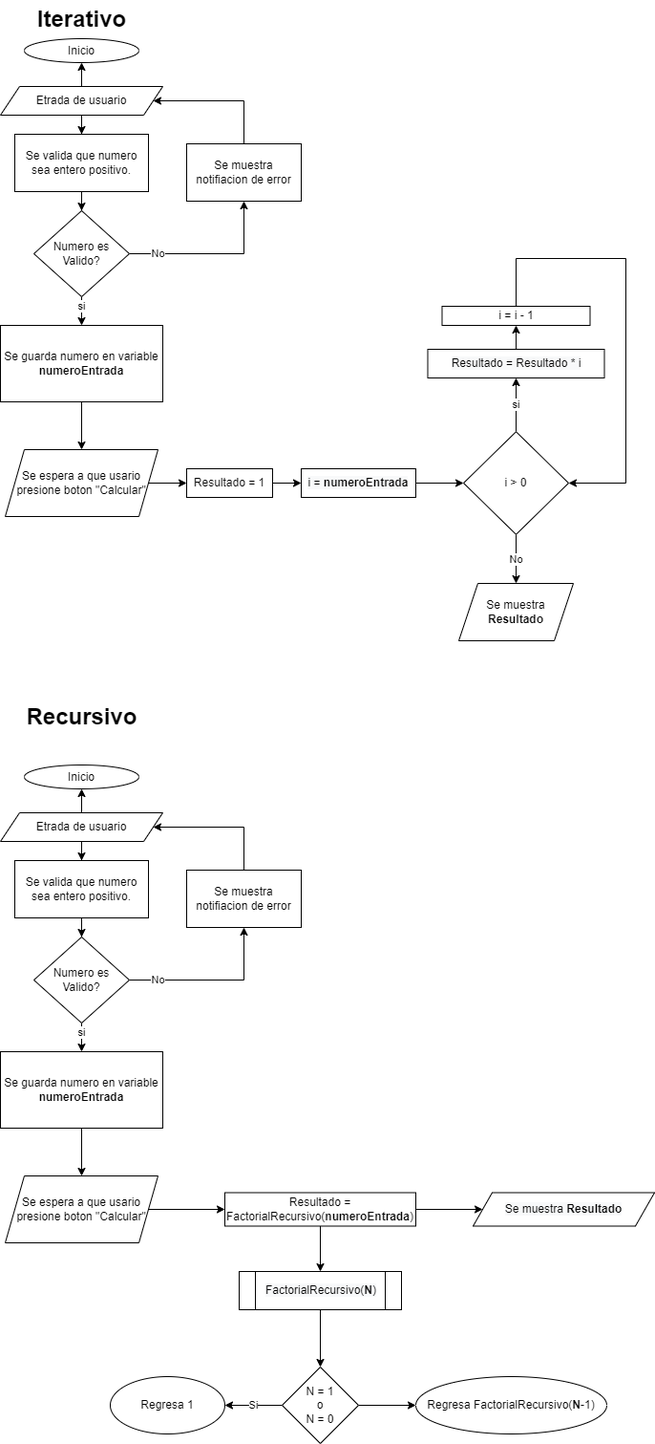
Earlier version of the draw.io export src/pages/unidad3/assets/DiagramasFlujoFactorial.drawio.png (maxponmar/MSC_S1_MatematicasDiscretas). Source tidied: cells renumbered, new cells last; positions are measured from the earlier drawing's top-left corner, leaving out a move shared by most shapes.
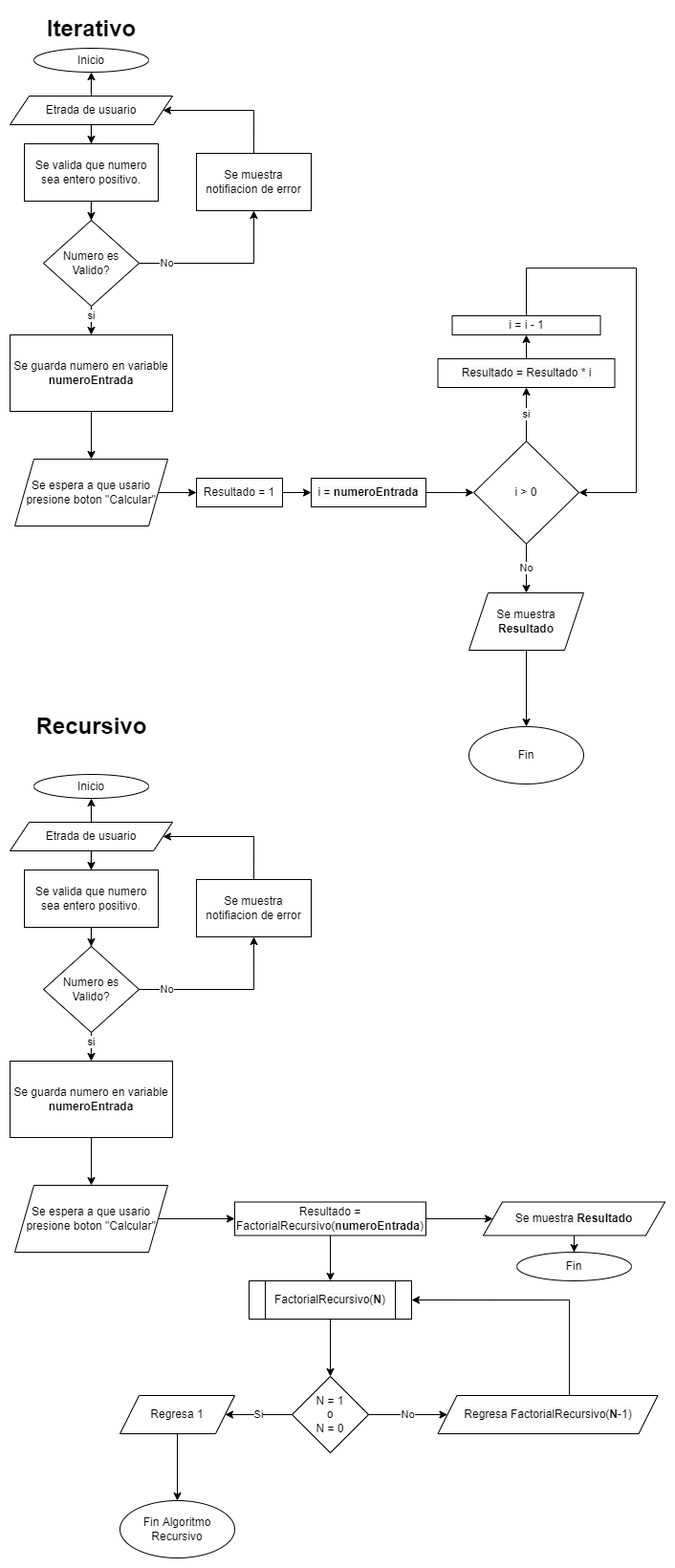
Above is the later version.

Commit message:
Se actualizo diagrama de flujo.

What changed in the source:
```diff
@@ -97,6 +97,9 @@
     <mxCell id="28" value="i = i - 1" style="whiteSpace=wrap;html=1;" parent="1" vertex="1">
       <mxGeometry x="462.5" y="320" width="155" height="20" as="geometry" />
     </mxCell>
+    <mxCell id="57" style="edgeStyle=orthogonalEdgeStyle;rounded=0;jettySize=auto;html=1;" parent="1" edge="1" source="29" target="60">
+      <mxGeometry relative="1" as="geometry" />
+    </mxCell>
     <mxCell id="29" value="Se muestra &lt;b&gt;Resultado&lt;/b&gt;" style="shape=parallelogram;perimeter=parallelogramPerimeter;whiteSpace=wrap;html=1;fixedSize=1;" parent="1" vertex="1">
       <mxGeometry x="480" y="610" width="120" height="60" as="geometry" />
     </mxCell>
@@ -154,6 +157,9 @@
     <mxCell id="45" value="Se espera a que usario presione boton &quot;Calcular&quot;" style="shape=parallelogram;perimeter=parallelogramPerimeter;whiteSpace=wrap;html=1;fixedSize=1;" parent="1" vertex="1">
       <mxGeometry x="5" y="1230" width="160" height="70" as="geometry" />
     </mxCell>
+    <mxCell id="58" style="edgeStyle=orthogonalEdgeStyle;rounded=0;jettySize=auto;html=1;" parent="1" edge="1" source="46" target="59">
+      <mxGeometry relative="1" as="geometry" />
+    </mxCell>
     <mxCell id="46" value="&lt;span style=&quot;color: rgb(0, 0, 0); font-family: Helvetica; font-size: 12px; font-style: normal; font-variant-ligatures: normal; font-variant-caps: normal; font-weight: 400; letter-spacing: normal; orphans: 2; text-align: center; text-indent: 0px; text-transform: none; widows: 2; word-spacing: 0px; -webkit-text-stroke-width: 0px; background-color: rgb(248, 249, 250); text-decoration-thickness: initial; text-decoration-style: initial; text-decoration-color: initial; float: none; display: inline !important;&quot;&gt;Se muestra&lt;span&gt;&amp;nbsp;&lt;/span&gt;&lt;/span&gt;&lt;b style=&quot;color: rgb(0, 0, 0); font-family: Helvetica; font-size: 12px; font-style: normal; font-variant-ligatures: normal; font-variant-caps: normal; letter-spacing: normal; orphans: 2; text-align: center; text-indent: 0px; text-transform: none; widows: 2; word-spacing: 0px; -webkit-text-stroke-width: 0px; background-color: rgb(248, 249, 250); text-decoration-thickness: initial; text-decoration-style: initial; text-decoration-color: initial;&quot;&gt;Resultado&lt;/b&gt;" style="shape=parallelogram;perimeter=parallelogramPerimeter;whiteSpace=wrap;html=1;fixedSize=1;" parent="1" vertex="1">
       <mxGeometry x="495" y="1247.5" width="190" height="35" as="geometry" />
     </mxCell>
@@ -172,20 +178,39 @@
     <mxCell id="51" value="&lt;span style=&quot;color: rgb(0, 0, 0); font-family: Helvetica; font-size: 12px; font-style: normal; font-variant-ligatures: normal; font-variant-caps: normal; font-weight: 400; letter-spacing: normal; orphans: 2; text-align: center; text-indent: 0px; text-transform: none; widows: 2; word-spacing: 0px; -webkit-text-stroke-width: 0px; background-color: rgb(248, 249, 250); text-decoration-thickness: initial; text-decoration-style: initial; text-decoration-color: initial; float: none; display: inline !important;&quot;&gt;FactorialRecursivo(&lt;/span&gt;&lt;b style=&quot;color: rgb(0, 0, 0); font-family: Helvetica; font-size: 12px; font-style: normal; font-variant-ligatures: normal; font-variant-caps: normal; letter-spacing: normal; orphans: 2; text-align: center; text-indent: 0px; text-transform: none; widows: 2; word-spacing: 0px; -webkit-text-stroke-width: 0px; background-color: rgb(248, 249, 250); text-decoration-thickness: initial; text-decoration-style: initial; text-decoration-color: initial;&quot;&gt;N&lt;/b&gt;&lt;span style=&quot;color: rgb(0, 0, 0); font-family: Helvetica; font-size: 12px; font-style: normal; font-variant-ligatures: normal; font-variant-caps: normal; font-weight: 400; letter-spacing: normal; orphans: 2; text-align: center; text-indent: 0px; text-transform: none; widows: 2; word-spacing: 0px; -webkit-text-stroke-width: 0px; background-color: rgb(248, 249, 250); text-decoration-thickness: initial; text-decoration-style: initial; text-decoration-color: initial; float: none; display: inline !important;&quot;&gt;)&lt;/span&gt;" style="shape=process;whiteSpace=wrap;html=1;backgroundOutline=1;rounded=0;" parent="1" vertex="1">
       <mxGeometry x="250" y="1330" width="170" height="40" as="geometry" />
     </mxCell>
-    <mxCell id="52" value="Si" style="edgeStyle=orthogonalEdgeStyle;rounded=0;jettySize=auto;html=1;" parent="1" edge="1" source="54" target="55">
+    <mxCell id="52" value="Si" style="edgeStyle=orthogonalEdgeStyle;rounded=0;jettySize=auto;html=1;entryX=1;entryY=0.5;entryDx=0;entryDy=0;" parent="1" edge="1" source="54" target="55">
       <mxGeometry relative="1" as="geometry" />
     </mxCell>
-    <mxCell id="53" style="edgeStyle=orthogonalEdgeStyle;rounded=0;jettySize=auto;html=1;" parent="1" edge="1" source="54" target="56">
+    <mxCell id="53" value="No" style="edgeStyle=orthogonalEdgeStyle;rounded=0;jettySize=auto;html=1;entryX=0;entryY=0.5;entryDx=0;entryDy=0;" parent="1" edge="1" source="54" target="56">
       <mxGeometry relative="1" as="geometry" />
     </mxCell>
     <mxCell id="54" value="N = 1&lt;br&gt;o&lt;br&gt;N = 0" style="rhombus;whiteSpace=wrap;html=1;rounded=0;" parent="1" vertex="1">
       <mxGeometry x="295" y="1430" width="80" height="80" as="geometry" />
     </mxCell>
+    <mxCell id="59" value="Fin" style="ellipse;whiteSpace=wrap;html=1;" parent="1" vertex="1">
+      <mxGeometry x="530" y="1300" width="120" height="30" as="geometry" />
+    </mxCell>
+    <mxCell id="60" value="Fin" style="ellipse;whiteSpace=wrap;html=1;" parent="1" vertex="1">
+      <mxGeometry x="480" y="750" width="120" height="60" as="geometry" />
+    </mxCell>
+    <mxCell id="61" style="edgeStyle=orthogonalEdgeStyle;rounded=0;jettySize=auto;html=1;" parent="1" edge="1" source="55" target="63">
+      <mxGeometry relative="1" as="geometry" />
+    </mxCell>
-    <mxCell id="55" value="Regresa 1" style="ellipse;whiteSpace=wrap;html=1;rounded=0;" parent="1" vertex="1">
-      <mxGeometry x="115" y="1440" width="120" height="60" as="geometry" />
+    <mxCell id="55" value="Regresa 1" style="shape=parallelogram;perimeter=parallelogramPerimeter;whiteSpace=wrap;html=1;fixedSize=1;" parent="1" vertex="1">
+      <mxGeometry x="115" y="1450" width="120" height="40" as="geometry" />
     </mxCell>
+    <mxCell id="62" style="edgeStyle=orthogonalEdgeStyle;rounded=0;jettySize=auto;html=1;entryX=1;entryY=0.5;entryDx=0;entryDy=0;" parent="1" edge="1" source="56" target="51">
+      <mxGeometry relative="1" as="geometry">
+        <Array as="points">
+          <mxPoint x="585" y="1350" />
+        </Array>
+      </mxGeometry>
+    </mxCell>
-    <mxCell id="56" value="Regresa FactorialRecursivo(&lt;b&gt;N&lt;/b&gt;-1)" style="ellipse;whiteSpace=wrap;html=1;rounded=0;" parent="1" vertex="1">
-      <mxGeometry x="435" y="1440" width="200" height="60" as="geometry" />
+    <mxCell id="56" value="&lt;span style=&quot;color: rgb(0, 0, 0); font-family: Helvetica; font-size: 12px; font-style: normal; font-variant-ligatures: normal; font-variant-caps: normal; font-weight: 400; letter-spacing: normal; orphans: 2; text-align: center; text-indent: 0px; text-transform: none; widows: 2; word-spacing: 0px; -webkit-text-stroke-width: 0px; background-color: rgb(248, 249, 250); text-decoration-thickness: initial; text-decoration-style: initial; text-decoration-color: initial; float: none; display: inline !important;&quot;&gt;Regresa FactorialRecursivo(&lt;/span&gt;&lt;b style=&quot;color: rgb(0, 0, 0); font-family: Helvetica; font-size: 12px; font-style: normal; font-variant-ligatures: normal; font-variant-caps: normal; letter-spacing: normal; orphans: 2; text-align: center; text-indent: 0px; text-transform: none; widows: 2; word-spacing: 0px; -webkit-text-stroke-width: 0px; background-color: rgb(248, 249, 250); text-decoration-thickness: initial; text-decoration-style: initial; text-decoration-color: initial;&quot;&gt;N&lt;/b&gt;&lt;span style=&quot;color: rgb(0, 0, 0); font-family: Helvetica; font-size: 12px; font-style: normal; font-variant-ligatures: normal; font-variant-caps: normal; font-weight: 400; letter-spacing: normal; orphans: 2; text-align: center; text-indent: 0px; text-transform: none; widows: 2; word-spacing: 0px; -webkit-text-stroke-width: 0px; background-color: rgb(248, 249, 250); text-decoration-thickness: initial; text-decoration-style: initial; text-decoration-color: initial; float: none; display: inline !important;&quot;&gt;-1)&lt;/span&gt;" style="shape=parallelogram;perimeter=parallelogramPerimeter;whiteSpace=wrap;html=1;fixedSize=1;" parent="1" vertex="1">
+      <mxGeometry x="447.5" y="1450" width="230" height="40" as="geometry" />
     </mxCell>
+    <mxCell id="63" value="Fin Algoritmo Recursivo" style="ellipse;whiteSpace=wrap;html=1;" parent="1" vertex="1">
+      <mxGeometry x="115" y="1560" width="120" height="60" as="geometry" />
+    </mxCell>
   </root>
 </mxGraphModel>
```
